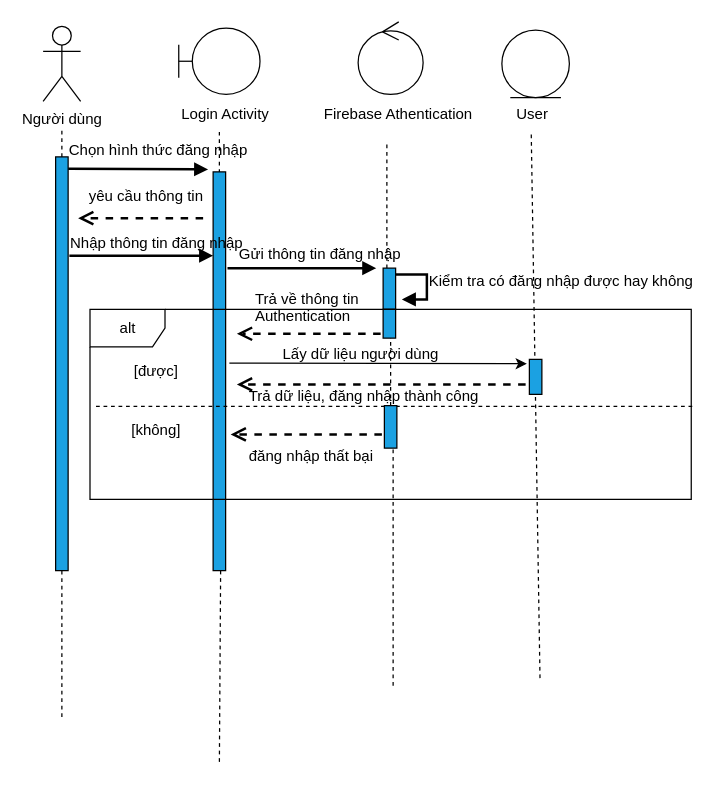
Above: luận văn tốt nghiệp/cuonbaocao/cac so do/Thanhphanxuly/So do/So do tuan tu/tuantudangnhap.drawio in ThanhQvanVnnn/BookAppFireBase (draw.io), before the change. Source tidied: cells renumbered, new cells numbered last; positions are measured from the earlier drawing's top-left corner, leaving out a move shared by most shapes. Both pictures are drawn from the tidied source at 125%, with x=0, y=0 at pixel (42, 21).
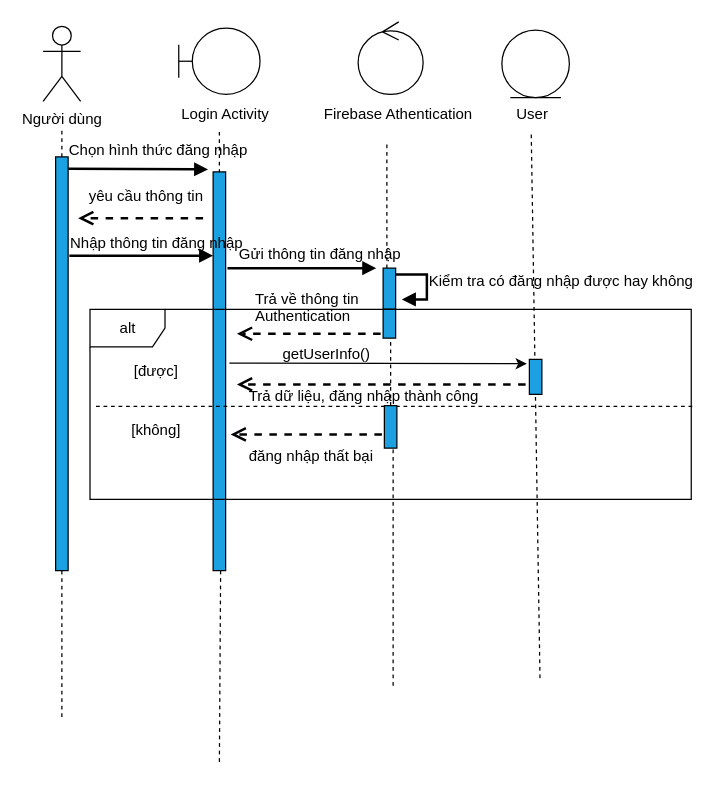
After the change.

What changed in the source:
```diff
@@
-    <mxCell id="43" value="Lấy dữ liệu người dùng" style="text;html=1;align=left;verticalAlign=top;spacingTop=-4;" parent="1" vertex="1">
-      <mxGeometry x="189.5" y="256" width="135" height="14" as="geometry" />
+    <mxCell id="43" value="getUserInfo()" style="text;html=1;align=left;verticalAlign=top;spacingTop=-4;" parent="1" vertex="1">
+      <mxGeometry x="189.5" y="256" width="80" height="14" as="geometry" />
     </mxCell>
```
